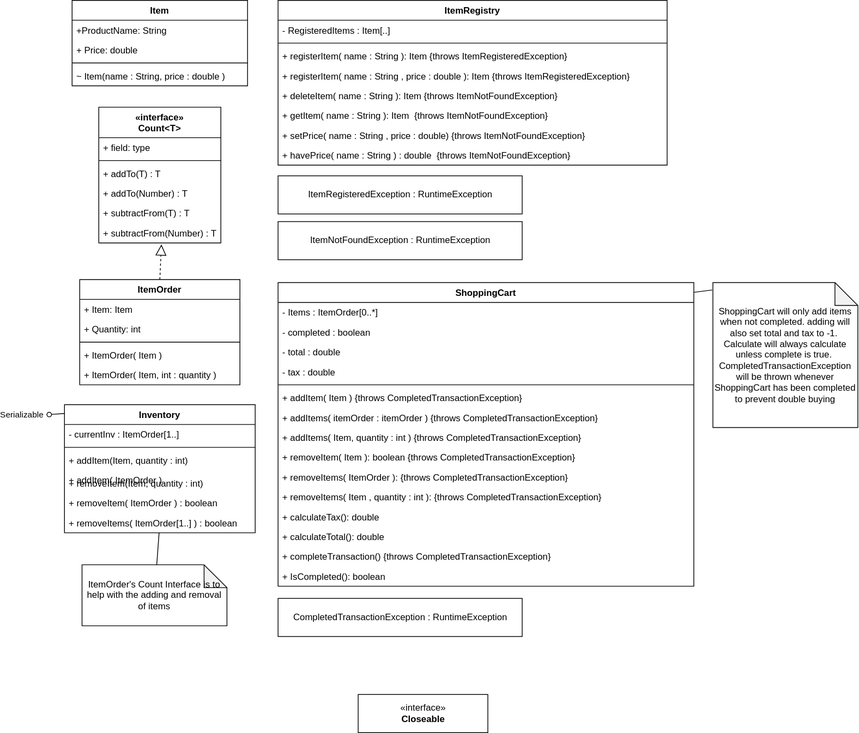
Above: Diagram.svg in merlin2v/StoreSystem (draw.io), before the change. Source tidied: cells renumbered, new cells last; positions are measured from the earlier drawing's top-left corner, leaving out a move shared by most shapes.
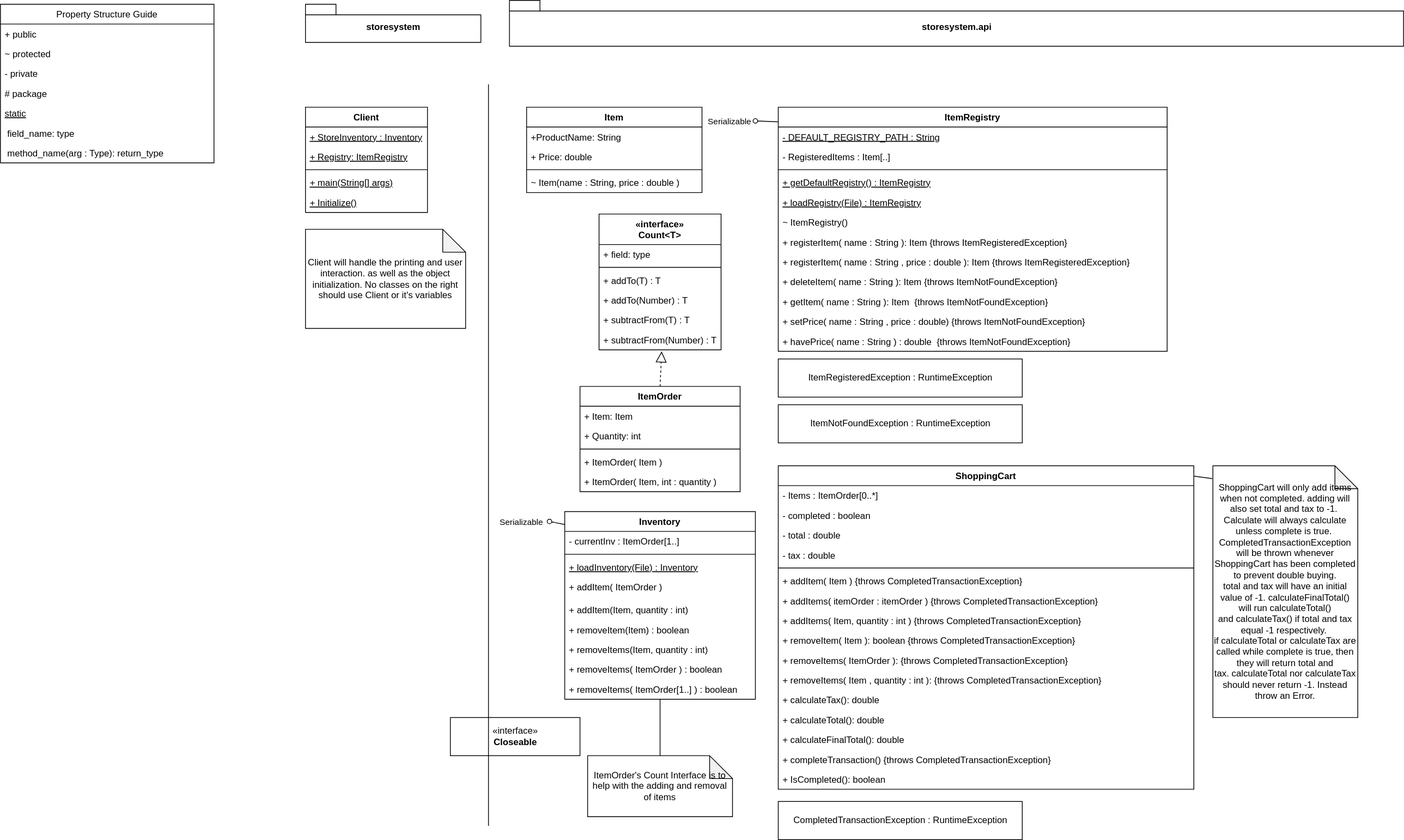
After the commit.

The edit, as a diff of the source:
```diff
@@ -5,3 +5,3 @@
     <mxCell id="2" value="Item" style="swimlane;fontStyle=1;align=center;verticalAlign=top;horizontal=1;startSize=26;fontFamily=Helvetica;" parent="1" vertex="1">
-      <mxGeometry x="30" width="230" height="112" as="geometry" />
+      <mxGeometry x="-30" width="230" height="112" as="geometry" />
     </mxCell>
@@ -38,3 +38,3 @@
     <mxCell id="13" value="ShoppingCart" style="swimlane;fontStyle=1;align=center;verticalAlign=top;horizontal=1;startSize=26;fontFamily=Helvetica;" parent="1" vertex="1">
-      <mxGeometry x="300" y="370" width="545" height="398" as="geometry" />
+      <mxGeometry x="300" y="470" width="545" height="424" as="geometry" />
     </mxCell>
@@ -79,37 +79,52 @@
     </mxCell>
+    <mxCell id="65" value="+ calculateFinalTotal(): double" style="text;strokeColor=none;fillColor=none;align=left;verticalAlign=top;spacingLeft=4;spacingRight=4;overflow=hidden;startSize=26;" parent="13" vertex="1">
+      <mxGeometry y="346" width="545" height="26" as="geometry" />
+    </mxCell>
     <mxCell id="27" value="+ completeTransaction() {throws CompletedTransactionException}" style="text;strokeColor=none;fillColor=none;align=left;verticalAlign=top;spacingLeft=4;spacingRight=4;overflow=hidden;startSize=26;" parent="13" vertex="1">
-      <mxGeometry y="346" width="545" height="26" as="geometry" />
+      <mxGeometry y="372" width="545" height="26" as="geometry" />
     </mxCell>
     <mxCell id="28" value="+ IsCompleted(): boolean" style="text;strokeColor=none;fillColor=none;align=left;verticalAlign=top;spacingLeft=4;spacingRight=4;overflow=hidden;startSize=26;" parent="13" vertex="1">
-      <mxGeometry y="372" width="545" height="26" as="geometry" />
+      <mxGeometry y="398" width="545" height="26" as="geometry" />
     </mxCell>
     <mxCell id="29" value="ItemRegistry" style="swimlane;fontStyle=1;align=center;verticalAlign=top;horizontal=1;startSize=26;fillColor=none;gradientColor=none;fontFamily=Helvetica;" parent="1" vertex="1">
-      <mxGeometry x="300" width="510" height="216" as="geometry" />
+      <mxGeometry x="300" width="510" height="320" as="geometry" />
     </mxCell>
-    <mxCell id="30" value="- RegisteredItems : Item[..]" style="text;strokeColor=none;fillColor=none;align=left;verticalAlign=top;spacingLeft=4;spacingRight=4;overflow=hidden;fontFamily=Helvetica;" parent="29" vertex="1">
+    <mxCell id="30" value="- DEFAULT_REGISTRY_PATH : String" style="text;strokeColor=none;fillColor=none;align=left;verticalAlign=top;spacingLeft=4;spacingRight=4;overflow=hidden;fontFamily=Helvetica;fontStyle=4;" parent="29" vertex="1">
       <mxGeometry y="26" width="510" height="26" as="geometry" />
     </mxCell>
+    <mxCell id="66" value="- RegisteredItems : Item[..]" style="text;strokeColor=none;fillColor=none;align=left;verticalAlign=top;spacingLeft=4;spacingRight=4;overflow=hidden;fontFamily=Helvetica;" parent="29" vertex="1">
+      <mxGeometry y="52" width="510" height="26" as="geometry" />
+    </mxCell>
     <mxCell id="31" style="line;strokeWidth=1;fillColor=none;align=left;verticalAlign=middle;spacingTop=-1;spacingLeft=3;spacingRight=3;labelPosition=right;fontFamily=Helvetica;" parent="29" vertex="1">
-      <mxGeometry y="52" width="510" height="8" as="geometry" />
+      <mxGeometry y="78" width="510" height="8" as="geometry" />
     </mxCell>
+    <mxCell id="67" value="+ getDefaultRegistry() : ItemRegistry" style="text;strokeColor=none;fillColor=none;align=left;verticalAlign=top;spacingLeft=4;spacingRight=4;overflow=hidden;fontFamily=Helvetica;fontStyle=4;" parent="29" vertex="1">
+      <mxGeometry y="86" width="510" height="26" as="geometry" />
+    </mxCell>
+    <mxCell id="68" value="+ loadRegistry(File) : ItemRegistry" style="text;strokeColor=none;fillColor=none;align=left;verticalAlign=top;spacingLeft=4;spacingRight=4;overflow=hidden;fontFamily=Helvetica;fontStyle=4;" parent="29" vertex="1">
+      <mxGeometry y="112" width="510" height="26" as="geometry" />
+    </mxCell>
+    <mxCell id="69" value="~ ItemRegistry()" style="text;strokeColor=none;fillColor=none;align=left;verticalAlign=top;spacingLeft=4;spacingRight=4;overflow=hidden;fontFamily=Helvetica;fontStyle=0;" parent="29" vertex="1">
+      <mxGeometry y="138" width="510" height="26" as="geometry" />
+    </mxCell>
     <mxCell id="32" value="+ registerItem( name : String ): Item {throws ItemRegisteredException}" style="text;strokeColor=none;fillColor=none;align=left;verticalAlign=top;spacingLeft=4;spacingRight=4;overflow=hidden;fontFamily=Helvetica;" parent="29" vertex="1">
-      <mxGeometry y="60" width="510" height="26" as="geometry" />
+      <mxGeometry y="164" width="510" height="26" as="geometry" />
     </mxCell>
     <mxCell id="33" value="+ registerItem( name : String , price : double ): Item {throws ItemRegisteredException}" style="text;strokeColor=none;fillColor=none;align=left;verticalAlign=top;spacingLeft=4;spacingRight=4;overflow=hidden;fontFamily=Helvetica;" parent="29" vertex="1">
-      <mxGeometry y="86" width="510" height="26" as="geometry" />
+      <mxGeometry y="190" width="510" height="26" as="geometry" />
     </mxCell>
     <mxCell id="34" value="+ deleteItem( name : String ): Item {throws ItemNotFoundException}" style="text;strokeColor=none;fillColor=none;align=left;verticalAlign=top;spacingLeft=4;spacingRight=4;overflow=hidden;fontFamily=Helvetica;" parent="29" vertex="1">
-      <mxGeometry y="112" width="510" height="26" as="geometry" />
+      <mxGeometry y="216" width="510" height="26" as="geometry" />
     </mxCell>
     <mxCell id="35" value="+ getItem( name : String ): Item  {throws ItemNotFoundException}" style="text;strokeColor=none;fillColor=none;align=left;verticalAlign=top;spacingLeft=4;spacingRight=4;overflow=hidden;fontFamily=Helvetica;" parent="29" vertex="1">
-      <mxGeometry y="138" width="510" height="26" as="geometry" />
+      <mxGeometry y="242" width="510" height="26" as="geometry" />
     </mxCell>
     <mxCell id="36" value="+ setPrice( name : String , price : double) {throws ItemNotFoundException}" style="text;strokeColor=none;fillColor=none;align=left;verticalAlign=top;spacingLeft=4;spacingRight=4;overflow=hidden;fontFamily=Helvetica;" parent="29" vertex="1">
-      <mxGeometry y="164" width="510" height="26" as="geometry" />
+      <mxGeometry y="268" width="510" height="26" as="geometry" />
     </mxCell>
     <mxCell id="37" value="+ havePrice( name : String ) : double  {throws ItemNotFoundException}" style="text;strokeColor=none;fillColor=none;align=left;verticalAlign=top;spacingLeft=4;spacingRight=4;overflow=hidden;fontFamily=Helvetica;" parent="29" vertex="1">
-      <mxGeometry y="190" width="510" height="26" as="geometry" />
+      <mxGeometry y="294" width="510" height="26" as="geometry" />
     </mxCell>
     <mxCell id="38" value="«interface»&lt;br&gt;&lt;b&gt;Closeable&lt;/b&gt;" style="html=1;startSize=26;fillColor=none;" parent="1" vertex="1">
-      <mxGeometry x="405" y="910" width="170" height="50" as="geometry" />
+      <mxGeometry x="-130" y="800" width="170" height="50" as="geometry" />
     </mxCell>
@@ -140,9 +155,9 @@
     <mxCell id="47" value="ItemNotFoundException : RuntimeException" style="html=1;startSize=26;strokeColor=#000000;fillColor=none;" parent="1" vertex="1">
-      <mxGeometry x="300" y="290" width="320" height="50" as="geometry" />
+      <mxGeometry x="300" y="390" width="320" height="50" as="geometry" />
     </mxCell>
     <mxCell id="48" value="CompletedTransactionException : RuntimeException" style="html=1;startSize=26;strokeColor=#000000;fillColor=none;" parent="1" vertex="1">
-      <mxGeometry x="300" y="784" width="320" height="50" as="geometry" />
+      <mxGeometry x="300" y="910" width="320" height="50" as="geometry" />
     </mxCell>
-    <mxCell id="49" value="ShoppingCart will only add items when not completed. adding will also set total and tax to -1.&amp;nbsp;&lt;br&gt;Calculate will always calculate unless complete is true.&amp;nbsp;&lt;br&gt;&lt;span&gt;CompletedTransactionException will be thrown whenever ShoppingCart has been completed to prevent double buying&lt;/span&gt;" style="shape=note;whiteSpace=wrap;html=1;backgroundOutline=1;darkOpacity=0.05;startSize=26;fillColor=none;" parent="1" vertex="1">
-      <mxGeometry x="870" y="370" width="190" height="190" as="geometry" />
+    <mxCell id="49" value="ShoppingCart will only add items when not completed. adding will also set total and tax to -1.&amp;nbsp;&lt;br&gt;Calculate will always calculate unless complete is true.&amp;nbsp;&lt;br&gt;&lt;span&gt;CompletedTransactionException will be thrown whenever ShoppingCart has been completed to prevent double buying.&lt;br&gt;total and tax will have an initial value of -1.&amp;nbsp;&lt;/span&gt;&lt;span style=&quot;text-align: left&quot;&gt;calculateFinalTotal() will run&amp;nbsp;&lt;/span&gt;&lt;span style=&quot;text-align: left&quot;&gt;calculateTotal() and&lt;/span&gt;&lt;span style=&quot;text-align: left&quot;&gt;&amp;nbsp;calculateTax() if total and tax equal -1 respectively.&amp;nbsp;&lt;br&gt;&lt;/span&gt;&lt;span&gt;if calculateTotal or calculateTax are called while complete is true, then they will return total and tax.&amp;nbsp;&lt;/span&gt;calculateTotal nor calculateTax should never return -1. Instead throw an Error.&lt;span&gt;&lt;br&gt;&lt;/span&gt;" style="shape=note;whiteSpace=wrap;html=1;backgroundOutline=1;darkOpacity=0.05;startSize=26;fillColor=none;" parent="1" vertex="1">
+      <mxGeometry x="870" y="470" width="190" height="330" as="geometry" />
     </mxCell>
@@ -152,9 +167,6 @@
     <mxCell id="51" value="ItemRegisteredException : RuntimeException" style="html=1;startSize=26;strokeColor=#000000;fillColor=none;" parent="1" vertex="1">
-      <mxGeometry x="300" y="230" width="320" height="50" as="geometry" />
+      <mxGeometry x="300" y="330" width="320" height="50" as="geometry" />
     </mxCell>
-    <mxCell id="52" style="group;" parent="1" vertex="1">
-      <mxGeometry y="530" width="270" height="290" as="geometry" />
-    </mxCell>
-    <mxCell id="53" value="Inventory" style="swimlane;fontStyle=1;align=center;verticalAlign=top;horizontal=1;startSize=26;fillColor=none;" parent="52" vertex="1">
-      <mxGeometry x="20" width="250" height="168" as="geometry" />
+    <mxCell id="53" value="Inventory" style="swimlane;fontStyle=1;align=center;verticalAlign=top;horizontal=1;startSize=26;fillColor=none;" parent="1" vertex="1">
+      <mxGeometry x="20" y="530" width="250" height="246" as="geometry" />
     </mxCell>
@@ -166,23 +178,29 @@
     </mxCell>
+    <mxCell id="70" value="+ loadInventory(File) : Inventory" style="text;strokeColor=none;fillColor=none;align=left;verticalAlign=top;spacingLeft=4;spacingRight=4;overflow=hidden;startSize=26;fontStyle=4;" parent="53" vertex="1">
+      <mxGeometry y="60" width="250" height="26" as="geometry" />
+    </mxCell>
+    <mxCell id="57" value="+ addItem( ItemOrder )" style="text;strokeColor=none;fillColor=none;align=left;verticalAlign=top;spacingLeft=4;spacingRight=4;overflow=hidden;" parent="53" vertex="1">
+      <mxGeometry y="86" width="250" height="30" as="geometry" />
+    </mxCell>
     <mxCell id="56" value="+ addItem(Item, quantity : int)" style="text;strokeColor=none;fillColor=none;align=left;verticalAlign=top;spacingLeft=4;spacingRight=4;overflow=hidden;" parent="53" vertex="1">
-      <mxGeometry y="60" width="250" height="26" as="geometry" />
+      <mxGeometry y="116" width="250" height="26" as="geometry" />
     </mxCell>
-    <mxCell id="57" value="+ addItem( ItemOrder )" style="text;strokeColor=none;fillColor=none;align=left;verticalAlign=top;spacingLeft=4;spacingRight=4;overflow=hidden;" parent="53" vertex="1">
-      <mxGeometry y="86" width="250" height="4" as="geometry" />
-    </mxCell>
+    <mxCell id="71" value="+ removeItem(Item) : boolean" style="text;strokeColor=none;fillColor=none;align=left;verticalAlign=top;spacingLeft=4;spacingRight=4;overflow=hidden;" parent="53" vertex="1">
+      <mxGeometry y="142" width="250" height="26" as="geometry" />
+    </mxCell>
-    <mxCell id="58" value="+ removeItem(Item, quantity : int)" style="text;strokeColor=none;fillColor=none;align=left;verticalAlign=top;spacingLeft=4;spacingRight=4;overflow=hidden;" parent="53" vertex="1">
-      <mxGeometry y="90" width="250" height="26" as="geometry" />
+    <mxCell id="58" value="+ removeItems(Item, quantity : int)" style="text;strokeColor=none;fillColor=none;align=left;verticalAlign=top;spacingLeft=4;spacingRight=4;overflow=hidden;" parent="53" vertex="1">
+      <mxGeometry y="168" width="250" height="26" as="geometry" />
     </mxCell>
-    <mxCell id="59" value="+ removeItem( ItemOrder ) : boolean" style="text;strokeColor=none;fillColor=none;align=left;verticalAlign=top;spacingLeft=4;spacingRight=4;overflow=hidden;" parent="53" vertex="1">
-      <mxGeometry y="116" width="250" height="26" as="geometry" />
+    <mxCell id="59" value="+ removeItems( ItemOrder ) : boolean" style="text;strokeColor=none;fillColor=none;align=left;verticalAlign=top;spacingLeft=4;spacingRight=4;overflow=hidden;" parent="53" vertex="1">
+      <mxGeometry y="194" width="250" height="26" as="geometry" />
     </mxCell>
     <mxCell id="60" value="+ removeItems( ItemOrder[1..] ) : boolean" style="text;strokeColor=none;fillColor=none;align=left;verticalAlign=top;spacingLeft=4;spacingRight=4;overflow=hidden;points=[[0,0.5],[1,0.5]];portConstraint=eastwest;" parent="53" vertex="1">
-      <mxGeometry y="142" width="250" height="26" as="geometry" />
+      <mxGeometry y="220" width="250" height="26" as="geometry" />
     </mxCell>
-    <mxCell id="61" value="ItemOrder's Count Interface is to help with the adding and removal of items" style="shape=note;whiteSpace=wrap;html=1;backgroundOutline=1;darkOpacity=0.05;startSize=26;fillColor=none;" parent="52" vertex="1">
-      <mxGeometry x="43" y="210" width="190" height="80" as="geometry" />
+    <mxCell id="61" value="ItemOrder's Count Interface is to help with the adding and removal of items" style="shape=note;whiteSpace=wrap;html=1;backgroundOutline=1;darkOpacity=0.05;startSize=26;fillColor=none;" parent="1" vertex="1">
+      <mxGeometry x="50" y="850" width="190" height="80" as="geometry" />
     </mxCell>
-    <mxCell id="62" style="rounded=0;jettySize=auto;html=1;endArrow=oval;endFill=0;fontFamily=Helvetica;exitX=0;exitY=0.069;exitDx=0;exitDy=0;exitPerimeter=0;startArrow=none;startFill=0;" parent="52" edge="1" source="53">
-      <mxGeometry relative="1" as="geometry">
-        <mxPoint y="13" as="targetPoint" />
+    <mxCell id="62" style="rounded=0;jettySize=auto;html=1;endArrow=oval;endFill=0;fontFamily=Helvetica;exitX=0;exitY=0.069;exitDx=0;exitDy=0;exitPerimeter=0;startArrow=none;startFill=0;" parent="1" edge="1" source="53">
+      <mxGeometry x="10" y="370" as="geometry">
+        <mxPoint y="543" as="targetPoint" />
       </mxGeometry>
@@ -194,5 +212,72 @@
     </mxCell>
-    <mxCell id="64" style="endArrow=none;html=1;fontFamily=Helvetica;" parent="52" edge="1" source="60" target="61">
-      <mxGeometry relative="1" as="geometry" />
+    <mxCell id="64" style="endArrow=none;html=1;fontFamily=Helvetica;" parent="1" edge="1" source="60" target="61">
+      <mxGeometry x="10" y="370" as="geometry" />
     </mxCell>
+    <mxCell id="72" value="Client" style="swimlane;fontStyle=1;align=center;verticalAlign=top;horizontal=1;startSize=26;strokeColor=#000000;fillColor=none;" parent="1" vertex="1">
+      <mxGeometry x="-320" width="160" height="138" as="geometry" />
+    </mxCell>
+    <mxCell id="73" value="+ StoreInventory : Inventory" style="text;strokeColor=none;fillColor=none;align=left;verticalAlign=top;spacingLeft=4;spacingRight=4;overflow=hidden;startSize=26;fontStyle=4;" parent="72" vertex="1">
+      <mxGeometry y="26" width="160" height="26" as="geometry" />
+    </mxCell>
+    <mxCell id="74" value="+ Registry: ItemRegistry" style="text;strokeColor=none;fillColor=none;align=left;verticalAlign=top;spacingLeft=4;spacingRight=4;overflow=hidden;startSize=26;fontStyle=4;" parent="72" vertex="1">
+      <mxGeometry y="52" width="160" height="26" as="geometry" />
+    </mxCell>
+    <mxCell id="75" style="line;strokeWidth=1;fillColor=none;align=left;verticalAlign=middle;spacingTop=-1;spacingLeft=3;spacingRight=3;labelPosition=right;" parent="72" vertex="1">
+      <mxGeometry y="78" width="160" height="8" as="geometry" />
+    </mxCell>
+    <mxCell id="76" value="+ main(String[] args)" style="text;strokeColor=none;fillColor=none;align=left;verticalAlign=top;spacingLeft=4;spacingRight=4;overflow=hidden;fontStyle=4;" parent="72" vertex="1">
+      <mxGeometry y="86" width="160" height="26" as="geometry" />
+    </mxCell>
+    <mxCell id="77" value="+ Initialize()" style="text;strokeColor=none;fillColor=none;align=left;verticalAlign=top;spacingLeft=4;spacingRight=4;overflow=hidden;startSize=26;fontStyle=4;" parent="72" vertex="1">
+      <mxGeometry y="112" width="160" height="26" as="geometry" />
+    </mxCell>
+    <mxCell id="78" value="Client will handle the printing and user interaction. as well as the object initialization. No classes on the right should use Client or it's variables" style="shape=note;whiteSpace=wrap;html=1;backgroundOutline=1;darkOpacity=0.05;startSize=26;strokeColor=#000000;fillColor=none;" parent="1" vertex="1">
+      <mxGeometry x="-320" y="160" width="210" height="130" as="geometry" />
+    </mxCell>
+    <mxCell id="79" style="rounded=0;jettySize=auto;html=1;endArrow=oval;endFill=0;fontFamily=Helvetica;exitX=0;exitY=0.06;exitDx=0;exitDy=0;startArrow=none;startFill=0;exitPerimeter=0;" parent="1" edge="1" source="29">
+      <mxGeometry x="20" y="444" as="geometry">
+        <mxPoint x="270" y="18" as="targetPoint" />
+      </mxGeometry>
+    </mxCell>
+    <mxCell id="80" value="Serializable" style="edgeLabel;html=1;align=center;verticalAlign=middle;" parent="79" vertex="1">
+      <mxGeometry x="0.53" relative="1" as="geometry">
+        <mxPoint x="-42" as="offset" />
+      </mxGeometry>
+    </mxCell>
+    <mxCell id="81" style="endArrow=none;html=1;fontFamily=Helvetica;" parent="1" edge="1">
+      <mxGeometry relative="1" as="geometry">
+        <mxPoint x="-80" y="942" as="sourcePoint" />
+        <mxPoint x="-80" y="-30" as="targetPoint" />
+      </mxGeometry>
+    </mxCell>
+    <mxCell id="82" value="storesystem.api" style="shape=folder;fontStyle=1;spacingTop=10;tabWidth=40;tabHeight=14;tabPosition=left;html=1;startSize=26;strokeColor=#000000;fillColor=none;" parent="1" vertex="1">
+      <mxGeometry x="-52.5" y="-140" width="1172.5" height="60" as="geometry" />
+    </mxCell>
+    <mxCell id="83" value="storesystem" style="shape=folder;fontStyle=1;spacingTop=10;tabWidth=40;tabHeight=14;tabPosition=left;html=1;startSize=26;strokeColor=#000000;fillColor=none;" parent="1" vertex="1">
+      <mxGeometry x="-320" y="-135" width="230" height="50" as="geometry" />
+    </mxCell>
+    <mxCell id="84" value="Property Structure Guide" style="swimlane;fontStyle=0;horizontal=1;startSize=26;fillColor=none;strokeColor=#000000;" parent="1" vertex="1">
+      <mxGeometry x="-720" y="-135" width="280" height="208" as="geometry" />
+    </mxCell>
+    <mxCell id="85" value="+ public" style="text;strokeColor=none;fillColor=none;align=left;verticalAlign=top;spacingLeft=4;spacingRight=4;overflow=hidden;" parent="84" vertex="1">
+      <mxGeometry y="26" width="280" height="26" as="geometry" />
+    </mxCell>
+    <mxCell id="86" value="~ protected" style="text;strokeColor=none;fillColor=none;align=left;verticalAlign=top;spacingLeft=4;spacingRight=4;overflow=hidden;" parent="84" vertex="1">
+      <mxGeometry y="52" width="280" height="26" as="geometry" />
+    </mxCell>
+    <mxCell id="87" value="- private" style="text;strokeColor=none;fillColor=none;align=left;verticalAlign=top;spacingLeft=4;spacingRight=4;overflow=hidden;" parent="84" vertex="1">
+      <mxGeometry y="78" width="280" height="26" as="geometry" />
+    </mxCell>
+    <mxCell id="88" value="# package" style="text;strokeColor=none;fillColor=none;align=left;verticalAlign=top;spacingLeft=4;spacingRight=4;overflow=hidden;" parent="84" vertex="1">
+      <mxGeometry y="104" width="280" height="26" as="geometry" />
+    </mxCell>
+    <mxCell id="89" value="static" style="text;strokeColor=none;fillColor=none;align=left;verticalAlign=top;spacingLeft=4;spacingRight=4;overflow=hidden;fontStyle=4;" parent="84" vertex="1">
+      <mxGeometry y="130" width="280" height="26" as="geometry" />
+    </mxCell>
+    <mxCell id="90" value=" field_name: type" style="text;strokeColor=none;fillColor=none;align=left;verticalAlign=top;spacingLeft=4;spacingRight=4;overflow=hidden;" parent="84" vertex="1">
+      <mxGeometry y="156" width="280" height="26" as="geometry" />
+    </mxCell>
+    <mxCell id="91" value=" method_name(arg : Type): return_type" style="text;strokeColor=none;fillColor=none;align=left;verticalAlign=top;spacingLeft=4;spacingRight=4;overflow=hidden;" parent="84" vertex="1">
+      <mxGeometry y="182" width="280" height="26" as="geometry" />
+    </mxCell>
   </root>
```
